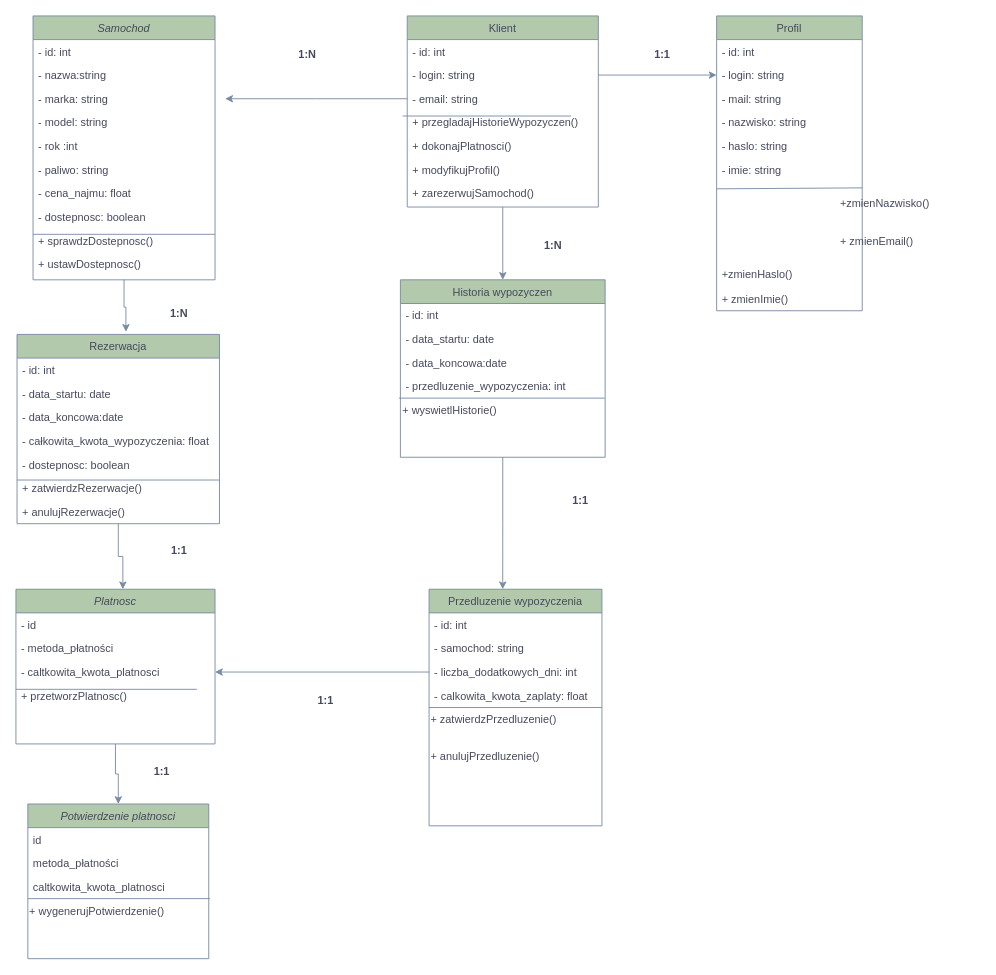
Earlier version of the draw.io diagram Diagram bez tytułu.drawio (PiotrWojtalewicz/Car_rental_inz). Source tidied: cells renumbered, new cells numbered last; positions are measured from the earlier drawing's top-left corner, leaving out a move shared by most shapes. Both pictures are drawn from the tidied source at 91%, with x=0, y=0 at pixel (15, 15).
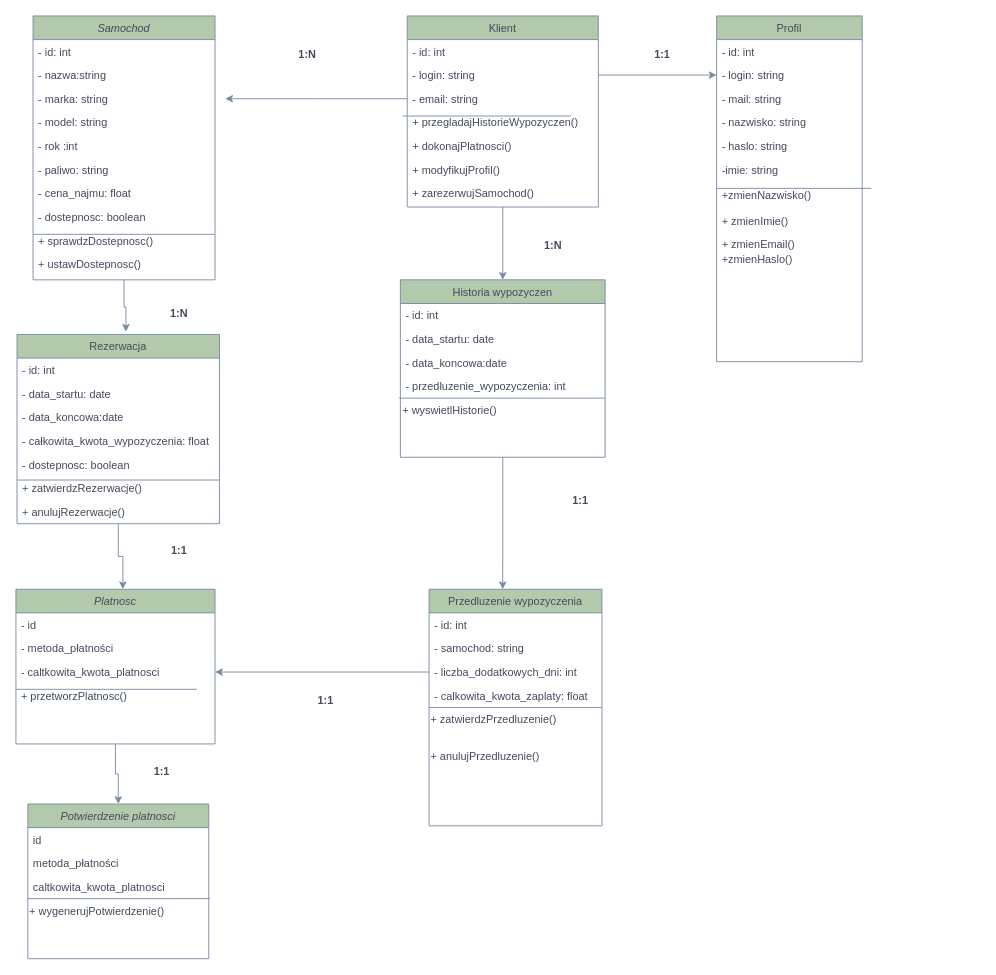
After the change.

The edit, as a diff of the source:
```diff
@@
     <mxCell id="48" value="Profil" style="swimlane;fontStyle=0;align=center;verticalAlign=top;horizontal=1;startSize=26;rounded=0;shadow=0;strokeWidth=1;labelBackgroundColor=none;fillColor=#B2C9AB;strokeColor=#788AA3;fontColor=#46495D;" parent="1" vertex="1">
-      <mxGeometry x="770" width="160" height="324" as="geometry" />
+      <mxGeometry x="770" width="160" height="380" as="geometry" />
     </mxCell>
@@
-    <mxCell id="54" style="endArrow=none;html=1;rounded=0;strokeColor=#788AA3;fontColor=#46495D;fillColor=#B2C9AB;entryX=1;entryY=0.289;entryDx=0;entryDy=0;entryPerimeter=0;" parent="48" edge="1" target="55">
-      <mxGeometry relative="1" as="geometry">
-        <mxPoint y="190" as="sourcePoint" />
-      </mxGeometry>
-    </mxCell>
-    <mxCell id="55" value="- imie: string" style="text;align=left;verticalAlign=top;spacingLeft=4;spacingRight=4;overflow=hidden;points=[[0,0.5],[1,0.5]];portConstraint=eastwest;rounded=0;shadow=0;html=0;labelBackgroundColor=none;fontColor=#46495D;" parent="48" vertex="1">
-      <mxGeometry y="156" width="160" height="114" as="geometry" />
-    </mxCell>
+    <mxCell id="87" value="-imie: string" style="text;align=left;verticalAlign=top;spacingLeft=4;spacingRight=4;overflow=hidden;labelBackgroundColor=none;fontColor=#46495D;" parent="48" vertex="1">
+      <mxGeometry y="156" width="160" height="28" as="geometry" />
+    </mxCell>
+    <mxCell id="88" style="endArrow=none;html=1;rounded=0;strokeColor=#788AA3;fontColor=#46495D;fillColor=#B2C9AB;" parent="48" edge="1">
+      <mxGeometry relative="1" as="geometry">
+        <mxPoint y="189.5" as="sourcePoint" />
+        <mxPoint x="170" y="189.5" as="targetPoint" />
+      </mxGeometry>
+    </mxCell>
+    <mxCell id="74" value="+zmienNazwisko()" style="text;align=left;verticalAlign=top;spacingLeft=4;spacingRight=4;overflow=hidden;labelBackgroundColor=none;fontColor=#46495D;" parent="48" vertex="1">
+      <mxGeometry y="184" width="160" height="28" as="geometry" />
+    </mxCell>
+    <mxCell id="57" value="+ zmienImie()" style="text;align=left;verticalAlign=top;spacingLeft=4;spacingRight=4;overflow=hidden;labelBackgroundColor=none;fontColor=#46495D;" parent="48" vertex="1">
+      <mxGeometry y="212" width="160" height="26" as="geometry" />
+    </mxCell>
+    <mxCell id="75" value="+ zmienEmail()" style="text;align=left;verticalAlign=top;spacingLeft=4;spacingRight=4;overflow=hidden;labelBackgroundColor=none;fontColor=#46495D;" parent="48" vertex="1">
+      <mxGeometry y="238" width="160" height="16" as="geometry" />
+    </mxCell>
     <mxCell id="56" value="+zmienHaslo()" style="text;align=left;verticalAlign=top;spacingLeft=4;spacingRight=4;overflow=hidden;labelBackgroundColor=none;fontColor=#46495D;" parent="48" vertex="1">
-      <mxGeometry y="270" width="160" height="28" as="geometry" />
+      <mxGeometry y="254" width="160" height="28" as="geometry" />
     </mxCell>
-    <mxCell id="57" value="+ zmienImie()" style="text;align=left;verticalAlign=top;spacingLeft=4;spacingRight=4;overflow=hidden;labelBackgroundColor=none;fontColor=#46495D;" parent="48" vertex="1">
-      <mxGeometry y="298" width="160" height="26" as="geometry" />
-    </mxCell>
@@
-    <mxCell id="74" value="+zmienNazwisko()" style="text;align=left;verticalAlign=top;spacingLeft=4;spacingRight=4;overflow=hidden;labelBackgroundColor=none;fontColor=#46495D;" parent="1" vertex="1">
-      <mxGeometry x="900" y="192" width="160" height="28" as="geometry" />
-    </mxCell>
-    <mxCell id="75" value="+ zmienEmail()" style="text;align=left;verticalAlign=top;spacingLeft=4;spacingRight=4;overflow=hidden;labelBackgroundColor=none;fontColor=#46495D;" parent="1" vertex="1">
-      <mxGeometry x="900" y="234" width="160" height="16" as="geometry" />
-    </mxCell>
```
